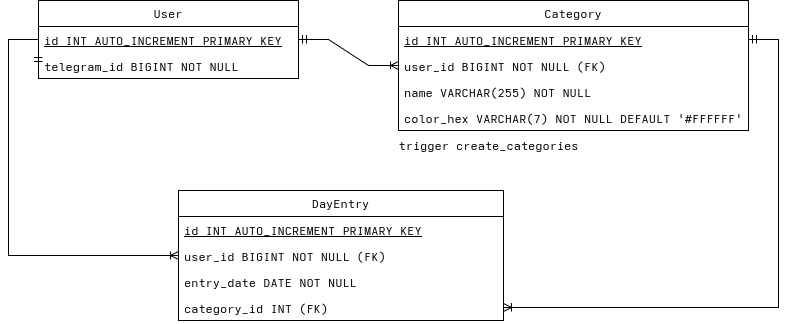
Earlier version of the draw.io export db.drawio.png (Meidori/telegramweb-organizer). Source tidied: cells renumbered, new cells last; positions are measured from the earlier drawing's top-left corner, leaving out a move shared by most shapes.
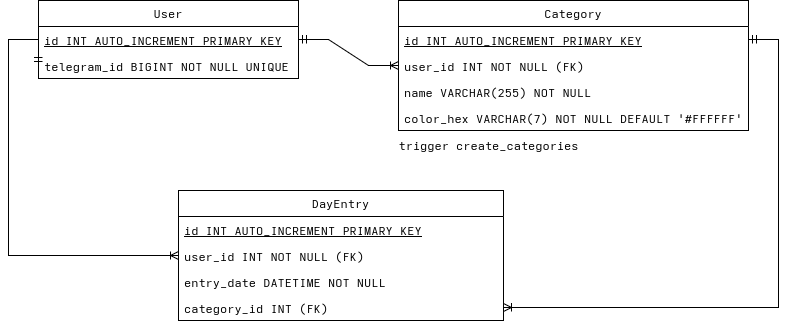
After the change.

The edit, as a diff of the source:
```diff
@@ -8,7 +8,7 @@
     <mxCell id="3" value="&lt;u&gt;id INT AUTO_INCREMENT PRIMARY KEY&lt;/u&gt;" style="text;strokeColor=none;fillColor=none;align=left;verticalAlign=top;spacingLeft=4;spacingRight=4;overflow=hidden;points=[[0,0.5],[1,0.5]];portConstraint=eastwest;whiteSpace=wrap;html=1;" parent="2" vertex="1">
       <mxGeometry y="26" width="260" height="26" as="geometry" />
     </mxCell>
-    <mxCell id="4" value="telegram_id BIGINT NOT NULL" style="text;strokeColor=none;fillColor=none;align=left;verticalAlign=top;spacingLeft=4;spacingRight=4;overflow=hidden;points=[[0,0.5],[1,0.5]];portConstraint=eastwest;whiteSpace=wrap;html=1;" parent="2" vertex="1">
+    <mxCell id="4" value="telegram_id BIGINT NOT NULL UNIQUE" style="text;strokeColor=none;fillColor=none;align=left;verticalAlign=top;spacingLeft=4;spacingRight=4;overflow=hidden;points=[[0,0.5],[1,0.5]];portConstraint=eastwest;whiteSpace=wrap;html=1;" parent="2" vertex="1">
       <mxGeometry y="52" width="260" height="26" as="geometry" />
     </mxCell>
     <mxCell id="5" value="Category" style="swimlane;fontStyle=0;horizontal=1;startSize=26;fillColor=none;whiteSpace=wrap;html=1;" parent="1" vertex="1">
@@ -17,7 +17,7 @@
     <mxCell id="6" value="&lt;u&gt;id INT AUTO_INCREMENT PRIMARY KEY&lt;/u&gt;" style="text;strokeColor=none;fillColor=none;align=left;verticalAlign=top;spacingLeft=4;spacingRight=4;overflow=hidden;points=[[0,0.5],[1,0.5]];portConstraint=eastwest;whiteSpace=wrap;html=1;" parent="5" vertex="1">
       <mxGeometry y="26" width="350" height="26" as="geometry" />
     </mxCell>
-    <mxCell id="7" value="user_id BIGINT NOT NULL&amp;nbsp;(FK)" style="text;strokeColor=none;fillColor=none;align=left;verticalAlign=top;spacingLeft=4;spacingRight=4;overflow=hidden;points=[[0,0.5],[1,0.5]];portConstraint=eastwest;whiteSpace=wrap;html=1;" parent="5" vertex="1">
+    <mxCell id="7" value="user_id INT NOT NULL&amp;nbsp;(FK)" style="text;strokeColor=none;fillColor=none;align=left;verticalAlign=top;spacingLeft=4;spacingRight=4;overflow=hidden;points=[[0,0.5],[1,0.5]];portConstraint=eastwest;whiteSpace=wrap;html=1;" parent="5" vertex="1">
       <mxGeometry y="52" width="350" height="26" as="geometry" />
     </mxCell>
     <mxCell id="8" value="name VARCHAR(255) NOT NULL" style="text;strokeColor=none;fillColor=none;align=left;verticalAlign=top;spacingLeft=4;spacingRight=4;overflow=hidden;whiteSpace=wrap;html=1;" parent="5" vertex="1">
@@ -32,10 +32,10 @@
     <mxCell id="11" value="&lt;u&gt;id INT AUTO_INCREMENT PRIMARY KEY&lt;/u&gt;" style="text;strokeColor=none;fillColor=none;align=left;verticalAlign=top;spacingLeft=4;spacingRight=4;overflow=hidden;whiteSpace=wrap;html=1;" parent="10" vertex="1">
       <mxGeometry y="26" width="325" height="26" as="geometry" />
     </mxCell>
-    <mxCell id="12" value="user_id BIGINT NOT NULL&amp;nbsp;(FK)" style="text;strokeColor=none;fillColor=none;align=left;verticalAlign=top;spacingLeft=4;spacingRight=4;overflow=hidden;points=[[0,0.5],[1,0.5]];portConstraint=eastwest;whiteSpace=wrap;html=1;" parent="10" vertex="1">
+    <mxCell id="12" value="user_id INT NOT NULL&amp;nbsp;(FK)" style="text;strokeColor=none;fillColor=none;align=left;verticalAlign=top;spacingLeft=4;spacingRight=4;overflow=hidden;points=[[0,0.5],[1,0.5]];portConstraint=eastwest;whiteSpace=wrap;html=1;" parent="10" vertex="1">
       <mxGeometry y="52" width="325" height="26" as="geometry" />
     </mxCell>
-    <mxCell id="13" value="entry_date DATE NOT NULL" style="text;strokeColor=none;fillColor=none;align=left;verticalAlign=top;spacingLeft=4;spacingRight=4;overflow=hidden;whiteSpace=wrap;html=1;" parent="10" vertex="1">
+    <mxCell id="13" value="entry_date DATETIME NOT NULL" style="text;strokeColor=none;fillColor=none;align=left;verticalAlign=top;spacingLeft=4;spacingRight=4;overflow=hidden;whiteSpace=wrap;html=1;" parent="10" vertex="1">
       <mxGeometry y="78" width="325" height="26" as="geometry" />
     </mxCell>
     <mxCell id="14" value="category_id INT (FK)" style="text;strokeColor=none;fillColor=none;align=left;verticalAlign=top;spacingLeft=4;spacingRight=4;overflow=hidden;points=[[0,0.5],[1,0.5]];portConstraint=eastwest;whiteSpace=wrap;html=1;" parent="10" vertex="1">
```
